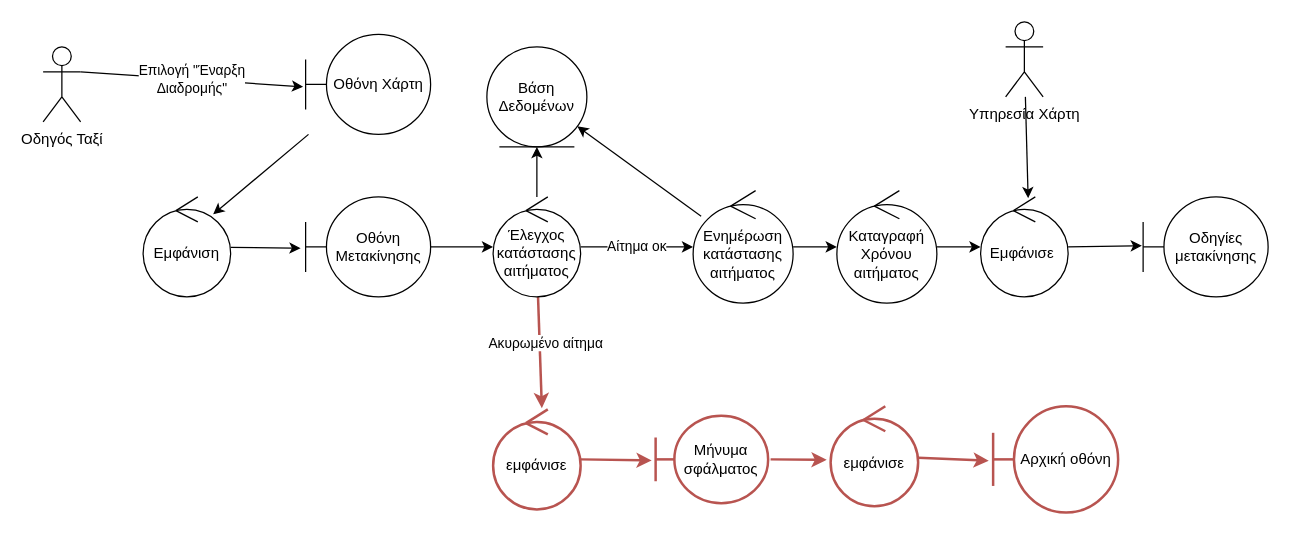
Above: Part_2/Robustness/diagrams/09_Επιβίβαση_σε_Ταξί.drawio in Nikolis2002/texnoligia_logismikou (draw.io), before the change. Source tidied: cells renumbered, new cells numbered last; positions are measured from the earlier drawing's top-left corner, leaving out a move shared by most shapes. Both pictures are drawn from the tidied source at 125%, with x=0, y=0 at pixel (42, 21).
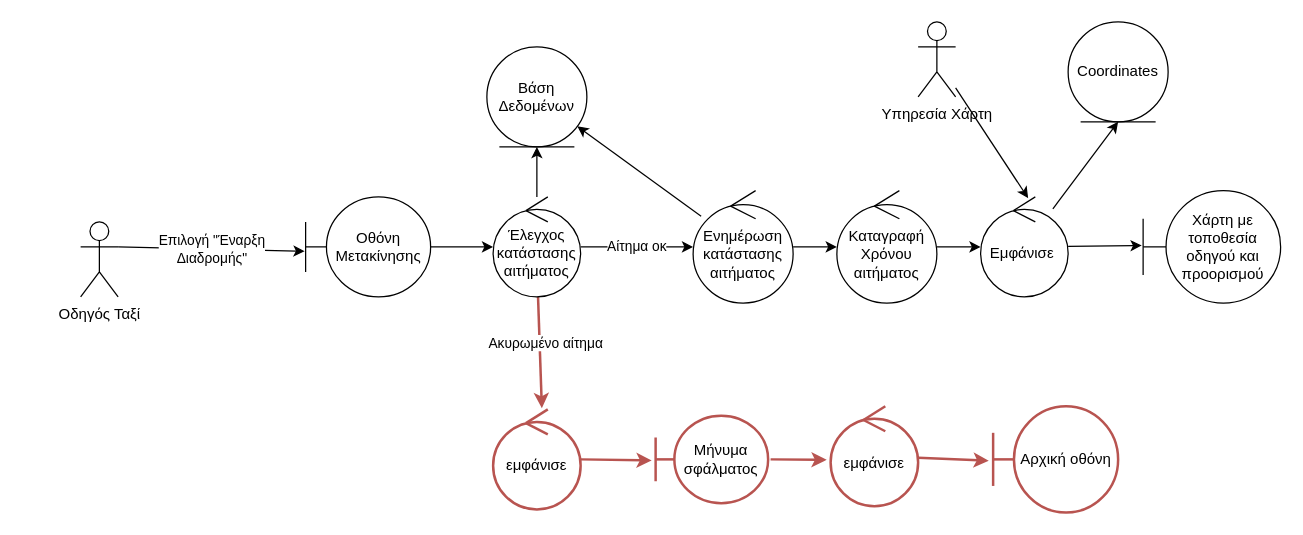
The same diagram, later.

The change refers to these unchanged cells:
```xml
<mxCell id="5" value="Οθόνη&lt;br&gt;Μετακίνησης" style="shape=umlBoundary;whiteSpace=wrap;html=1;" parent="1" vertex="1">
  <mxGeometry x="210" y="140" width="100" height="80" as="geometry" />
</mxCell>
<mxCell id="16" value="Εμφάνισε&amp;nbsp;" style="ellipse;shape=umlControl;whiteSpace=wrap;html=1;" parent="1" vertex="1">
  <mxGeometry x="750" y="140" width="70" height="80" as="geometry" />
</mxCell>
```

Change to the diagram source:
```diff
@@
-    <mxCell id="2" value="Επιλογή &quot;Έναρξη&lt;br&gt;Διαδρομής&quot;" style="edgeStyle=none;html=1;exitX=1;exitY=0.3333333333333333;exitDx=0;exitDy=0;exitPerimeter=0;entryX=-0.02;entryY=0.525;entryDx=0;entryDy=0;entryPerimeter=0;" parent="1" edge="1" source="3" target="30">
+    <mxCell id="2" value="Επιλογή &quot;Έναρξη&lt;br&gt;Διαδρομής&quot;" style="edgeStyle=none;html=1;exitX=1;exitY=0.3333333333333333;exitDx=0;exitDy=0;exitPerimeter=0;entryX=-0.008;entryY=0.544;entryDx=0;entryDy=0;entryPerimeter=0;" parent="1" edge="1" source="3" target="5">
       <mxGeometry relative="1" as="geometry" />
     </mxCell>
     <mxCell id="3" value="Οδηγός Ταξί" style="shape=umlActor;verticalLabelPosition=bottom;verticalAlign=top;html=1;" parent="1" vertex="1">
-      <mxGeometry y="20" width="30" height="60" as="geometry" />
+      <mxGeometry x="30" y="160" width="30" height="60" as="geometry" />
     </mxCell>
@@
+    <mxCell id="33" style="edgeStyle=none;html=1;entryX=0.5;entryY=1;entryDx=0;entryDy=0;" parent="1" edge="1" source="16" target="34">
+      <mxGeometry relative="1" as="geometry" />
+    </mxCell>
@@
     <mxCell id="18" value="Υπηρεσία Χάρτη" style="shape=umlActor;verticalLabelPosition=bottom;verticalAlign=top;html=1;" parent="1" vertex="1">
-      <mxGeometry x="770" width="30" height="60" as="geometry" />
+      <mxGeometry x="700" width="30" height="60" as="geometry" />
     </mxCell>
-    <mxCell id="19" value="Οδηγίες μετακίνησης" style="shape=umlBoundary;whiteSpace=wrap;html=1;" parent="1" vertex="1">
-      <mxGeometry x="880" y="140" width="100" height="80" as="geometry" />
+    <mxCell id="19" value="Χάρτη με τοποθεσία οδηγού και προορισμού" style="shape=umlBoundary;whiteSpace=wrap;html=1;" parent="1" vertex="1">
+      <mxGeometry x="880" y="135" width="110" height="90" as="geometry" />
     </mxCell>
@@
-    <mxCell id="29" style="edgeStyle=none;html=1;entryX=0.8;entryY=0.175;entryDx=0;entryDy=0;entryPerimeter=0;" parent="1" edge="1" source="30" target="32">
-      <mxGeometry relative="1" as="geometry" />
-    </mxCell>
-    <mxCell id="30" value="Οθόνη Χάρτη" style="shape=umlBoundary;whiteSpace=wrap;html=1;" parent="1" vertex="1">
-      <mxGeometry x="210" y="10" width="100" height="80" as="geometry" />
-    </mxCell>
-    <mxCell id="31" style="edgeStyle=none;html=1;entryX=-0.04;entryY=0.513;entryDx=0;entryDy=0;entryPerimeter=0;" parent="1" edge="1" source="32" target="5">
-      <mxGeometry relative="1" as="geometry" />
-    </mxCell>
-    <mxCell id="32" value="Εμφάνιση" style="ellipse;shape=umlControl;whiteSpace=wrap;html=1;" parent="1" vertex="1">
-      <mxGeometry x="80" y="140" width="70" height="80" as="geometry" />
-    </mxCell>
+    <mxCell id="34" value="Coordinates" style="ellipse;shape=umlEntity;whiteSpace=wrap;html=1;" parent="1" vertex="1">
+      <mxGeometry x="820" width="80" height="80" as="geometry" />
+    </mxCell>
```
